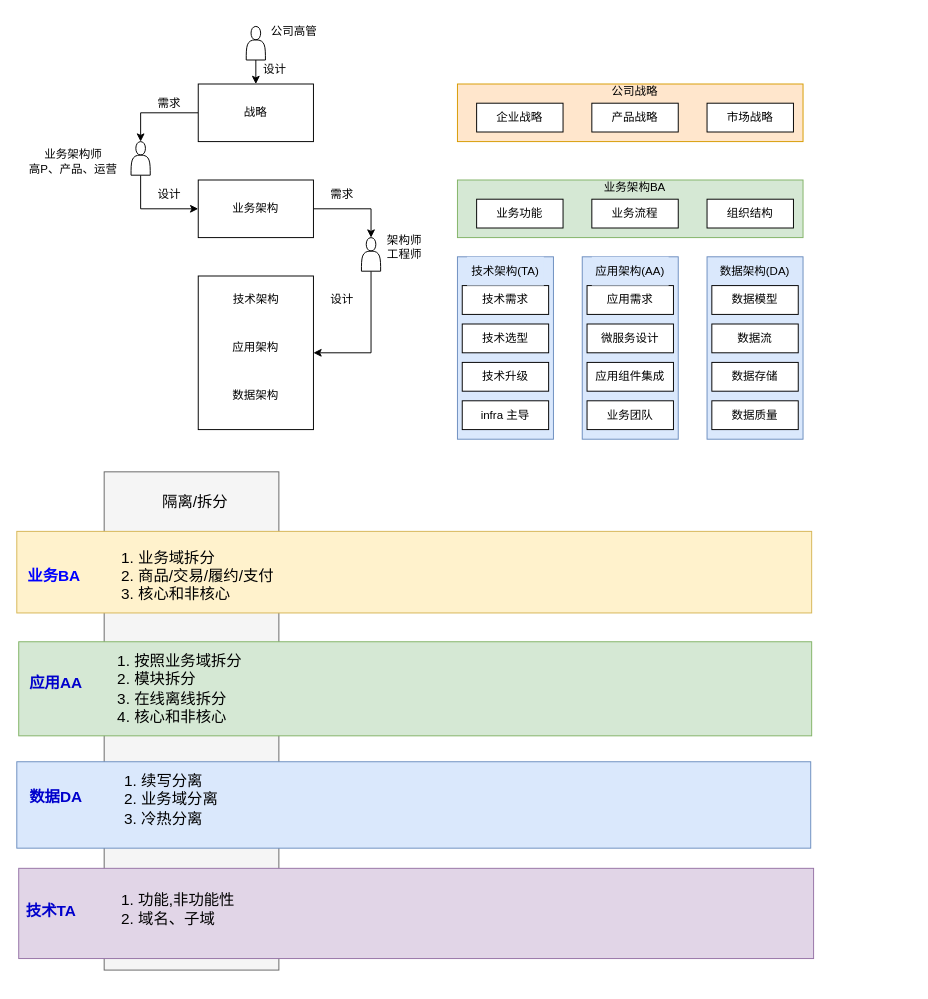
The draw.io diagram page "架构" (7 of 8) of source/diagrams/tech.drawio in wxquare/wxquare.github.io, before the edit. Source tidied: cells renumbered, new cells numbered last; positions are measured from the earlier drawing's top-left corner, leaving out a move shared by most shapes. Both pictures are drawn from the tidied source at 96%, with x=0, y=0 at pixel (16, 16).
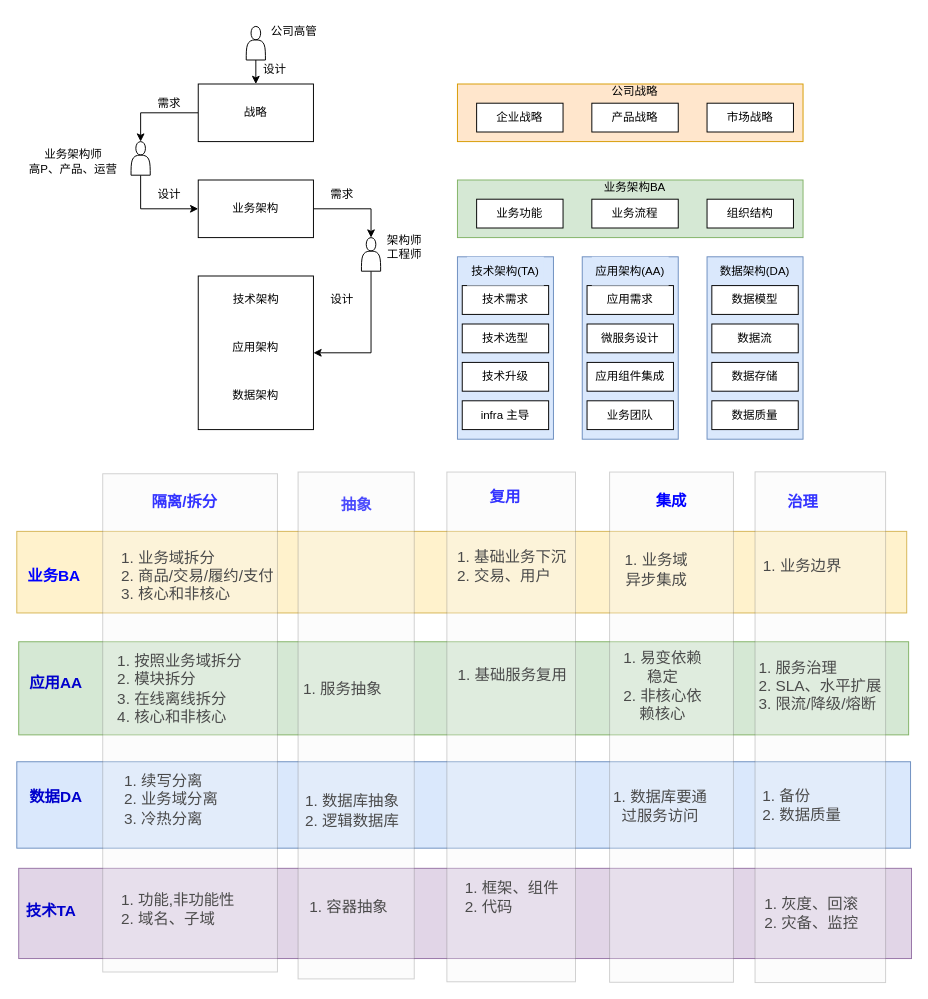
After the change.

The edit, as a diff of the source:
```diff
@@
-    <mxCell id="2" style="rounded=0;whiteSpace=wrap;html=1;fillColor=#f5f5f5;fontColor=#333333;strokeColor=#666666;" parent="1" vertex="1">
-      <mxGeometry x="91" y="474" width="182" height="519" as="geometry" />
-    </mxCell>
     <mxCell id="3" style="rounded=0;whiteSpace=wrap;html=1;fillColor=#fff2cc;strokeColor=#d6b656;" parent="1" vertex="1">
-      <mxGeometry y="536" width="828" height="85" as="geometry" />
+      <mxGeometry y="536" width="927" height="85" as="geometry" />
     </mxCell>
@@
     <mxCell id="54" style="rounded=0;whiteSpace=wrap;html=1;fillColor=#d5e8d4;strokeColor=#82b366;" parent="1" vertex="1">
-      <mxGeometry x="2" y="651" width="826" height="98" as="geometry" />
+      <mxGeometry x="2" y="651" width="927" height="97" as="geometry" />
     </mxCell>
     <mxCell id="55" style="rounded=0;whiteSpace=wrap;html=1;fillColor=#dae8fc;strokeColor=#6c8ebf;" parent="1" vertex="1">
-      <mxGeometry y="776" width="827" height="90" as="geometry" />
+      <mxGeometry y="776" width="931" height="90" as="geometry" />
     </mxCell>
     <mxCell id="56" style="rounded=0;whiteSpace=wrap;html=1;fillColor=#e1d5e7;strokeColor=#9673a6;" parent="1" vertex="1">
-      <mxGeometry x="2" y="887" width="828" height="94" as="geometry" />
+      <mxGeometry x="2" y="887" width="930" height="94" as="geometry" />
     </mxCell>
@@
-    <mxCell id="63" value="隔离/拆分" style="text;html=1;align=center;verticalAlign=middle;whiteSpace=wrap;rounded=0;fontSize=16;" parent="1" vertex="1">
-      <mxGeometry x="143" y="490" width="86" height="29" as="geometry" />
-    </mxCell>
@@
+    <mxCell id="66" value="1. 服务抽象" style="text;html=1;align=center;verticalAlign=middle;whiteSpace=wrap;rounded=0;fontSize=16;" parent="1" vertex="1">
+      <mxGeometry x="295.5" y="683" width="87" height="33" as="geometry" />
+    </mxCell>
+    <mxCell id="67" value="1. 数据库抽象2. 逻辑数据库" style="text;html=1;align=center;verticalAlign=middle;whiteSpace=wrap;rounded=0;fontSize=16;" parent="1" vertex="1">
+      <mxGeometry x="299" y="810" width="101" height="34" as="geometry" />
+    </mxCell>
+    <mxCell id="2" style="rounded=0;whiteSpace=wrap;html=1;fillColor=#f5f5f5;fontColor=#333333;strokeColor=#666666;opacity=30;" parent="1" vertex="1">
+      <mxGeometry x="89.5" y="476" width="182" height="519" as="geometry" />
+    </mxCell>
+    <mxCell id="68" value="1. 容器抽象" style="text;html=1;align=center;verticalAlign=middle;whiteSpace=wrap;rounded=0;fontSize=16;" parent="1" vertex="1">
+      <mxGeometry x="295.5" y="911" width="100" height="31" as="geometry" />
+    </mxCell>
+    <mxCell id="69" value="&lt;b&gt;&lt;font color=&quot;#0000ff&quot;&gt;抽象&lt;/font&gt;&lt;/b&gt;" style="text;html=1;align=center;verticalAlign=middle;whiteSpace=wrap;rounded=0;fontSize=16;" parent="1" vertex="1">
+      <mxGeometry x="323.5" y="493" width="60" height="30" as="geometry" />
+    </mxCell>
+    <mxCell id="63" value="&lt;b&gt;&lt;font color=&quot;#3333ff&quot;&gt;隔离/拆分&lt;/font&gt;&lt;/b&gt;" style="text;html=1;align=center;verticalAlign=middle;whiteSpace=wrap;rounded=0;fontSize=16;" parent="1" vertex="1">
+      <mxGeometry x="132" y="490" width="86" height="29" as="geometry" />
+    </mxCell>
+    <mxCell id="70" value="1. 基础业务下沉&lt;div&gt;&lt;span style=&quot;background-color: initial;&quot;&gt;2. 交易、用户&lt;/span&gt;&lt;/div&gt;" style="text;html=1;align=left;verticalAlign=middle;whiteSpace=wrap;rounded=0;fontSize=16;" parent="1" vertex="1">
+      <mxGeometry x="457" y="553" width="144" height="37" as="geometry" />
+    </mxCell>
+    <mxCell id="71" value="1. 基础服务复用" style="text;html=1;align=center;verticalAlign=middle;whiteSpace=wrap;rounded=0;fontSize=16;" parent="1" vertex="1">
+      <mxGeometry x="451" y="668" width="131" height="33" as="geometry" />
+    </mxCell>
+    <mxCell id="72" value="1. 框架、组件&lt;div&gt;2. 代码&lt;/div&gt;" style="text;html=1;align=left;verticalAlign=middle;whiteSpace=wrap;rounded=0;fontSize=16;" parent="1" vertex="1">
+      <mxGeometry x="465" y="901" width="134" height="32" as="geometry" />
+    </mxCell>
+    <mxCell id="73" value="1. 业务域&lt;div&gt;异步集成&lt;/div&gt;" style="text;html=1;align=center;verticalAlign=middle;whiteSpace=wrap;rounded=0;fontSize=16;" parent="1" vertex="1">
+      <mxGeometry x="596" y="558" width="141" height="35" as="geometry" />
+    </mxCell>
+    <mxCell id="74" value="1. 易变依赖稳定&lt;div&gt;2. 非核心依赖核心&lt;/div&gt;" style="text;html=1;align=center;verticalAlign=middle;whiteSpace=wrap;rounded=0;fontSize=16;" parent="1" vertex="1">
+      <mxGeometry x="629" y="671" width="88" height="52" as="geometry" />
+    </mxCell>
+    <mxCell id="75" value="1. 数据库要通过服务访问" style="text;html=1;align=center;verticalAlign=middle;whiteSpace=wrap;rounded=0;fontSize=16;" parent="1" vertex="1">
+      <mxGeometry x="616" y="788" width="109" height="67" as="geometry" />
+    </mxCell>
+    <mxCell id="76" style="rounded=0;whiteSpace=wrap;html=1;fillColor=#f5f5f5;fontColor=#333333;strokeColor=#666666;opacity=30;" parent="1" vertex="1">
+      <mxGeometry x="617.5" y="474.2" width="129" height="531.5" as="geometry" />
+    </mxCell>
+    <mxCell id="77" value="&lt;font color=&quot;#0000ff&quot;&gt;&lt;b&gt;集成&lt;/b&gt;&lt;/font&gt;" style="text;html=1;align=center;verticalAlign=middle;whiteSpace=wrap;rounded=0;fontSize=16;" parent="1" vertex="1">
+      <mxGeometry x="652" y="489" width="60" height="30" as="geometry" />
+    </mxCell>
+    <mxCell id="78" style="rounded=0;whiteSpace=wrap;html=1;fillColor=#f5f5f5;fontColor=#333333;strokeColor=#666666;opacity=30;" parent="1" vertex="1">
+      <mxGeometry x="293" y="474.2" width="121" height="528" as="geometry" />
+    </mxCell>
+    <mxCell id="79" value="1. 业务边界" style="text;html=1;align=center;verticalAlign=middle;whiteSpace=wrap;rounded=0;fontSize=16;" parent="1" vertex="1">
+      <mxGeometry x="771" y="547" width="95" height="49" as="geometry" />
+    </mxCell>
+    <mxCell id="80" value="1. 服务治理&lt;div&gt;2. SLA、水平扩展&lt;/div&gt;&lt;div&gt;3. 限流/降级/熔断&lt;/div&gt;" style="text;html=1;align=left;verticalAlign=middle;whiteSpace=wrap;rounded=0;fontSize=16;" parent="1" vertex="1">
+      <mxGeometry x="771" y="660.5" width="136" height="73" as="geometry" />
+    </mxCell>
+    <mxCell id="81" value="1. 备份&lt;div&gt;2. 数据质量&lt;/div&gt;" style="text;html=1;align=left;verticalAlign=middle;whiteSpace=wrap;rounded=0;fontSize=16;" parent="1" vertex="1">
+      <mxGeometry x="775" y="784.5" width="136" height="73" as="geometry" />
+    </mxCell>
+    <mxCell id="82" value="1. 灰度、回滚&lt;div&gt;2. 灾备、监控&lt;/div&gt;" style="text;html=1;align=left;verticalAlign=middle;whiteSpace=wrap;rounded=0;fontSize=16;" parent="1" vertex="1">
+      <mxGeometry x="777" y="897.5" width="136" height="73" as="geometry" />
+    </mxCell>
+    <mxCell id="83" style="rounded=0;whiteSpace=wrap;html=1;fillColor=#f5f5f5;fontColor=#333333;strokeColor=#666666;opacity=30;" parent="1" vertex="1">
+      <mxGeometry x="448" y="474.2" width="134" height="531" as="geometry" />
+    </mxCell>
+    <mxCell id="84" value="&lt;b&gt;&lt;font color=&quot;#3333ff&quot;&gt;复用&lt;/font&gt;&lt;/b&gt;" style="text;html=1;align=center;verticalAlign=middle;whiteSpace=wrap;rounded=0;fontSize=16;" parent="1" vertex="1">
+      <mxGeometry x="479" y="485" width="60" height="30" as="geometry" />
+    </mxCell>
+    <mxCell id="85" style="rounded=0;whiteSpace=wrap;html=1;fillColor=#f5f5f5;fontColor=#333333;strokeColor=#666666;opacity=30;" parent="1" vertex="1">
+      <mxGeometry x="769" y="474" width="136" height="532" as="geometry" />
+    </mxCell>
+    <mxCell id="86" value="&lt;b&gt;&lt;font color=&quot;#3333ff&quot;&gt;治理&lt;/font&gt;&lt;/b&gt;" style="text;html=1;align=center;verticalAlign=middle;whiteSpace=wrap;rounded=0;fontSize=16;" parent="1" vertex="1">
+      <mxGeometry x="788.5" y="490" width="60" height="30" as="geometry" />
+    </mxCell>
```
